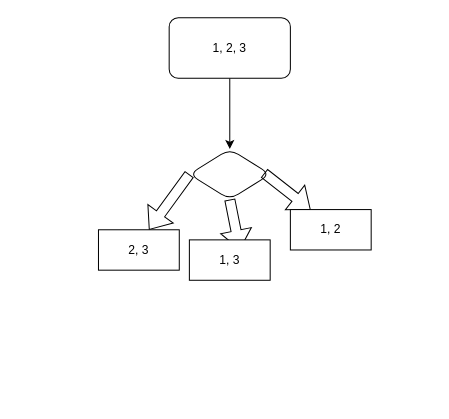
Omie19/EasyABCLearning keeps this draw.io diagram as Untitled Diagram.drawio. Above is the earlier version. Source tidied: cells renumbered, new cells numbered last; positions are measured from the earlier drawing's top-left corner, leaving out a move shared by most shapes. Both pictures are drawn from the tidied source at 101%, with x=0, y=0 at pixel (98, 17).
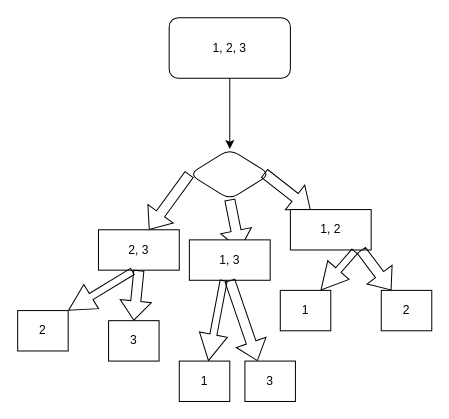
After the change.

Unchanged cells that the change refers to:
```xml
<mxCell id="8" value="2, 3" style="rounded=0;whiteSpace=wrap;html=1;" parent="1" vertex="1">
  <mxGeometry y="210" width="80" height="40" as="geometry" />
</mxCell>
```

What changed in the source:
```diff
@@
+    <mxCell id="11" style="shape=flexArrow;endArrow=classic;html=1;rounded=0;width=7;endSize=8.39;exitX=0.425;exitY=1.025;exitDx=0;exitDy=0;exitPerimeter=0;entryX=1;entryY=0;entryDx=0;entryDy=0;" parent="1" edge="1" source="8" target="13">
+      <mxGeometry relative="1" as="geometry" />
+    </mxCell>
+    <mxCell id="12" style="shape=flexArrow;endArrow=classic;html=1;rounded=0;exitX=0.5;exitY=1;exitDx=0;exitDy=0;entryX=0.5;entryY=0;entryDx=0;entryDy=0;" parent="1" edge="1" source="8" target="14">
+      <mxGeometry relative="1" as="geometry" />
+    </mxCell>
+    <mxCell id="13" value="2" style="rounded=0;whiteSpace=wrap;html=1;" parent="1" vertex="1">
+      <mxGeometry x="-80" y="290" width="50" height="40" as="geometry" />
+    </mxCell>
+    <mxCell id="14" value="3" style="rounded=0;whiteSpace=wrap;html=1;" parent="1" vertex="1">
+      <mxGeometry x="10" y="300" width="50" height="40" as="geometry" />
+    </mxCell>
+    <mxCell id="15" style="shape=flexArrow;endArrow=classic;html=1;rounded=0;width=7;endSize=8.39;exitX=0.425;exitY=1.025;exitDx=0;exitDy=0;exitPerimeter=0;" parent="1" edge="1" target="17">
+      <mxGeometry relative="1" as="geometry">
+        <mxPoint x="124" y="260" as="sourcePoint" />
+        <Array as="points">
+          <mxPoint x="124" y="260" />
+        </Array>
+      </mxGeometry>
+    </mxCell>
+    <mxCell id="16" style="shape=flexArrow;endArrow=classic;html=1;rounded=0;exitX=0.5;exitY=1;exitDx=0;exitDy=0;entryX=0.25;entryY=0;entryDx=0;entryDy=0;" parent="1" edge="1" target="18">
+      <mxGeometry relative="1" as="geometry">
+        <mxPoint x="130" y="260" as="sourcePoint" />
+      </mxGeometry>
+    </mxCell>
+    <mxCell id="17" value="1" style="rounded=0;whiteSpace=wrap;html=1;" parent="1" vertex="1">
+      <mxGeometry x="80" y="340" width="50" height="40" as="geometry" />
+    </mxCell>
+    <mxCell id="18" value="3" style="rounded=0;whiteSpace=wrap;html=1;" parent="1" vertex="1">
+      <mxGeometry x="145" y="340" width="50" height="40" as="geometry" />
+    </mxCell>
+    <mxCell id="19" style="shape=flexArrow;endArrow=classic;html=1;rounded=0;width=7;endSize=8.39;exitX=0.425;exitY=1.025;exitDx=0;exitDy=0;exitPerimeter=0;" parent="1" edge="1">
+      <mxGeometry relative="1" as="geometry">
+        <mxPoint x="254" y="231" as="sourcePoint" />
+        <mxPoint x="220" y="270" as="targetPoint" />
+      </mxGeometry>
+    </mxCell>
+    <mxCell id="20" style="shape=flexArrow;endArrow=classic;html=1;rounded=0;exitX=0.5;exitY=1;exitDx=0;exitDy=0;" parent="1" edge="1">
+      <mxGeometry relative="1" as="geometry">
+        <mxPoint x="260" y="230" as="sourcePoint" />
+        <mxPoint x="290" y="270" as="targetPoint" />
+      </mxGeometry>
+    </mxCell>
+    <mxCell id="21" value="1" style="rounded=0;whiteSpace=wrap;html=1;" parent="1" vertex="1">
+      <mxGeometry x="180" y="270" width="50" height="40" as="geometry" />
+    </mxCell>
+    <mxCell id="22" value="2" style="rounded=0;whiteSpace=wrap;html=1;" parent="1" vertex="1">
+      <mxGeometry x="280" y="270" width="50" height="40" as="geometry" />
+    </mxCell>
```
